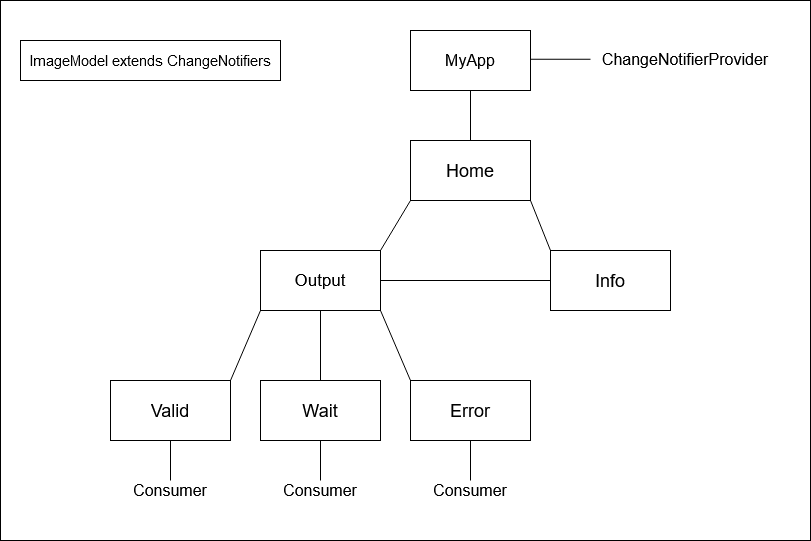
Before: Provider Static.png, a diagram exported from draw.io (Seoane8/ipm-02-mobile). Source tidied: cells renumbered, new cells last; positions are measured from the earlier drawing's top-left corner, leaving out a move shared by most shapes.
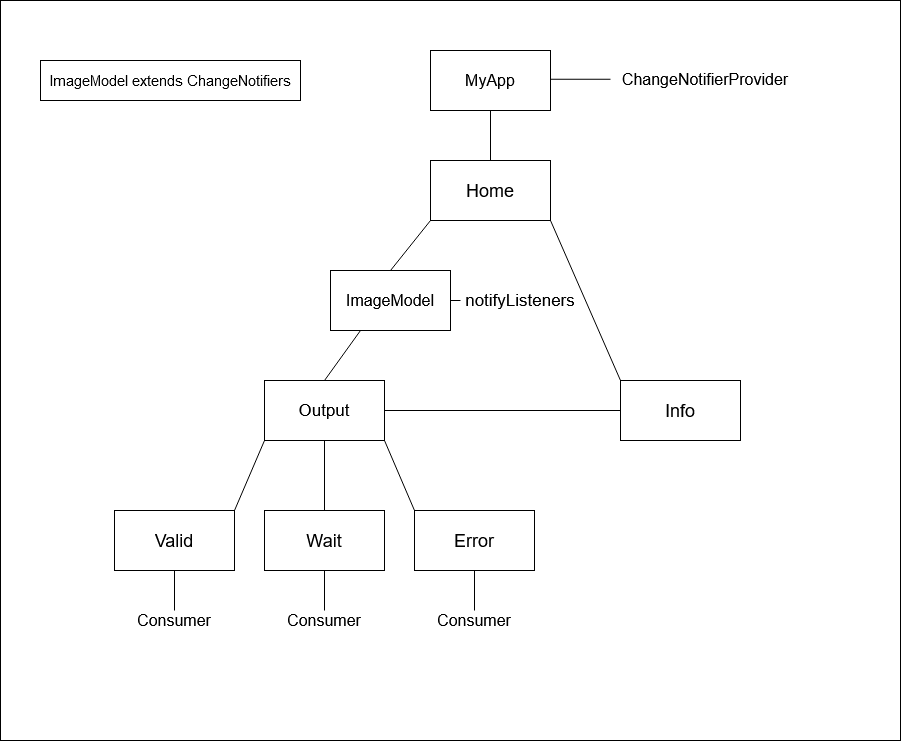
After the commit.

What changed in the source:
```diff
@@ -2,23 +2,23 @@
   <root>
     <mxCell id="0" />
     <mxCell id="1" parent="0" />
-    <mxCell id="2" style="rounded=0;whiteSpace=wrap;html=1;" parent="1" vertex="1">
-      <mxGeometry width="810" height="540" as="geometry" />
-    </mxCell>
+    <mxCell id="26" style="rounded=0;whiteSpace=wrap;html=1;" parent="1" vertex="1">
+      <mxGeometry x="-4" y="-130" width="900" height="740" as="geometry" />
+    </mxCell>
     <mxCell id="3" value="&lt;font style=&quot;font-size: 15px&quot;&gt;ImageModel extends ChangeNotifiers&lt;/font&gt;" style="rounded=0;whiteSpace=wrap;html=1;" parent="1" vertex="1">
-      <mxGeometry x="20" y="40" width="260" height="40" as="geometry" />
+      <mxGeometry x="36" y="-70" width="260" height="40" as="geometry" />
     </mxCell>
     <mxCell id="4" value="&lt;font style=&quot;font-size: 16px&quot;&gt;MyApp&lt;/font&gt;" style="rounded=0;whiteSpace=wrap;html=1;" parent="1" vertex="1">
-      <mxGeometry x="410" y="30" width="120" height="60" as="geometry" />
+      <mxGeometry x="426" y="-80" width="120" height="60" as="geometry" />
     </mxCell>
     <mxCell id="5" value="&lt;font style=&quot;font-size: 17px&quot;&gt;Output&lt;/font&gt;" style="rounded=0;whiteSpace=wrap;html=1;" parent="1" vertex="1">
       <mxGeometry x="260" y="250" width="120" height="60" as="geometry" />
     </mxCell>
     <mxCell id="6" value="&lt;font style=&quot;font-size: 18px&quot;&gt;Home&lt;/font&gt;" style="rounded=0;whiteSpace=wrap;html=1;" parent="1" vertex="1">
-      <mxGeometry x="410" y="140" width="120" height="60" as="geometry" />
+      <mxGeometry x="426" y="30" width="120" height="60" as="geometry" />
     </mxCell>
     <mxCell id="7" value="&lt;font style=&quot;font-size: 18px&quot;&gt;Info&lt;/font&gt;" style="rounded=0;whiteSpace=wrap;html=1;" parent="1" vertex="1">
-      <mxGeometry x="550" y="250" width="120" height="60" as="geometry" />
+      <mxGeometry x="616" y="250" width="120" height="60" as="geometry" />
     </mxCell>
     <mxCell id="8" value="&lt;font style=&quot;font-size: 18px&quot;&gt;Valid&lt;/font&gt;" style="rounded=0;whiteSpace=wrap;html=1;" parent="1" vertex="1">
       <mxGeometry x="110" y="380" width="120" height="60" as="geometry" />
@@ -32,9 +32,6 @@
     <mxCell id="11" style="endArrow=none;html=1;exitX=0.5;exitY=1;exitDx=0;exitDy=0;entryX=0.5;entryY=0;entryDx=0;entryDy=0;" parent="1" edge="1" source="4" target="6">
       <mxGeometry relative="1" as="geometry" />
     </mxCell>
-    <mxCell id="12" style="endArrow=none;html=1;exitX=0;exitY=1;exitDx=0;exitDy=0;entryX=1;entryY=0;entryDx=0;entryDy=0;" parent="1" edge="1" source="6" target="5">
-      <mxGeometry relative="1" as="geometry" />
-    </mxCell>
     <mxCell id="13" style="endArrow=none;html=1;exitX=1;exitY=1;exitDx=0;exitDy=0;entryX=0;entryY=0;entryDx=0;entryDy=0;" parent="1" edge="1" source="6" target="7">
       <mxGeometry relative="1" as="geometry" />
     </mxCell>
@@ -73,12 +70,27 @@
       </mxGeometry>
     </mxCell>
     <mxCell id="24" value="&lt;font style=&quot;font-size: 16px&quot;&gt;ChangeNotifierProvider&lt;/font&gt;" style="text;html=1;strokeColor=none;fillColor=none;align=center;verticalAlign=middle;whiteSpace=wrap;rounded=0;" parent="1" vertex="1">
-      <mxGeometry x="590" y="40" width="190" height="37.5" as="geometry" />
+      <mxGeometry x="606" y="-70" width="190" height="37.5" as="geometry" />
     </mxCell>
     <mxCell id="25" style="endArrow=none;html=1;exitX=1;exitY=0.5;exitDx=0;exitDy=0;entryX=0;entryY=0.5;entryDx=0;entryDy=0;" parent="1" edge="1" target="24">
       <mxGeometry relative="1" as="geometry">
-        <mxPoint x="530" y="58.8" as="sourcePoint" />
+        <mxPoint x="546" y="-51.2" as="sourcePoint" />
       </mxGeometry>
     </mxCell>
+    <mxCell id="27" value="&lt;font style=&quot;font-size: 16px&quot;&gt;ImageModel&lt;/font&gt;" style="rounded=0;whiteSpace=wrap;html=1;" parent="1" vertex="1">
+      <mxGeometry x="326" y="140" width="120" height="60" as="geometry" />
+    </mxCell>
+    <mxCell id="28" style="endArrow=none;html=1;entryX=0;entryY=1;entryDx=0;entryDy=0;exitX=0.5;exitY=0;exitDx=0;exitDy=0;" parent="1" edge="1" source="27" target="6">
+      <mxGeometry relative="1" as="geometry" />
+    </mxCell>
+    <mxCell id="29" style="endArrow=none;html=1;exitX=0.5;exitY=0;exitDx=0;exitDy=0;entryX=0.25;entryY=1;entryDx=0;entryDy=0;" parent="1" edge="1" source="5" target="27">
+      <mxGeometry relative="1" as="geometry" />
+    </mxCell>
+    <mxCell id="30" value="&lt;font style=&quot;font-size: 17px&quot;&gt;notifyListeners&lt;/font&gt;" style="text;html=1;strokeColor=none;fillColor=none;align=center;verticalAlign=middle;whiteSpace=wrap;rounded=0;" parent="1" vertex="1">
+      <mxGeometry x="456" y="150.6" width="120" height="38.8" as="geometry" />
+    </mxCell>
+    <mxCell id="31" style="endArrow=none;html=1;exitX=1;exitY=0.5;exitDx=0;exitDy=0;" parent="1" edge="1" source="27" target="30">
+      <mxGeometry relative="1" as="geometry" />
+    </mxCell>
   </root>
 </mxGraphModel>
```
